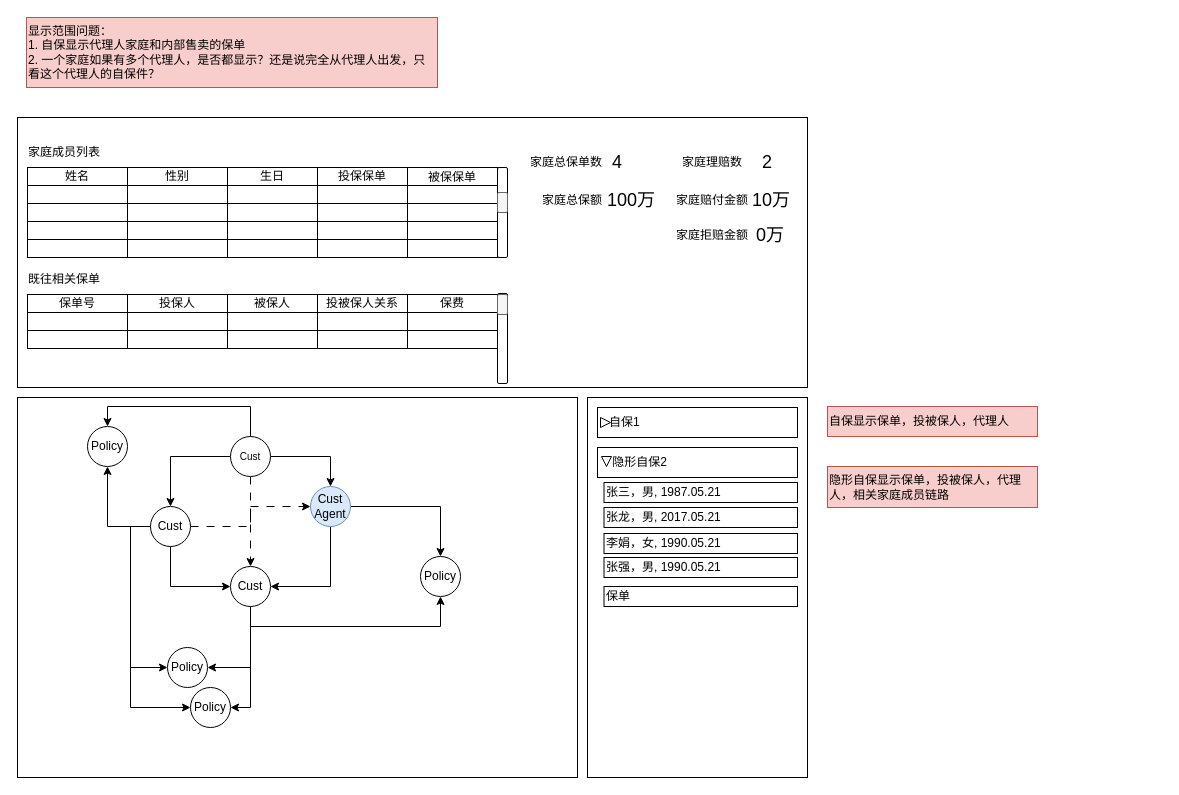
Above: page "紧密客群-自保" (6 of 8) of 友邦/ux.drawio in XiaoLiuAI/diagrams (draw.io), before the change. Source tidied: cells renumbered, new cells numbered last; positions are measured from the earlier drawing's top-left corner, leaving out a move shared by most shapes. Both pictures are drawn from the tidied source at 100%, with x=0, y=0 at pixel (17, 17).
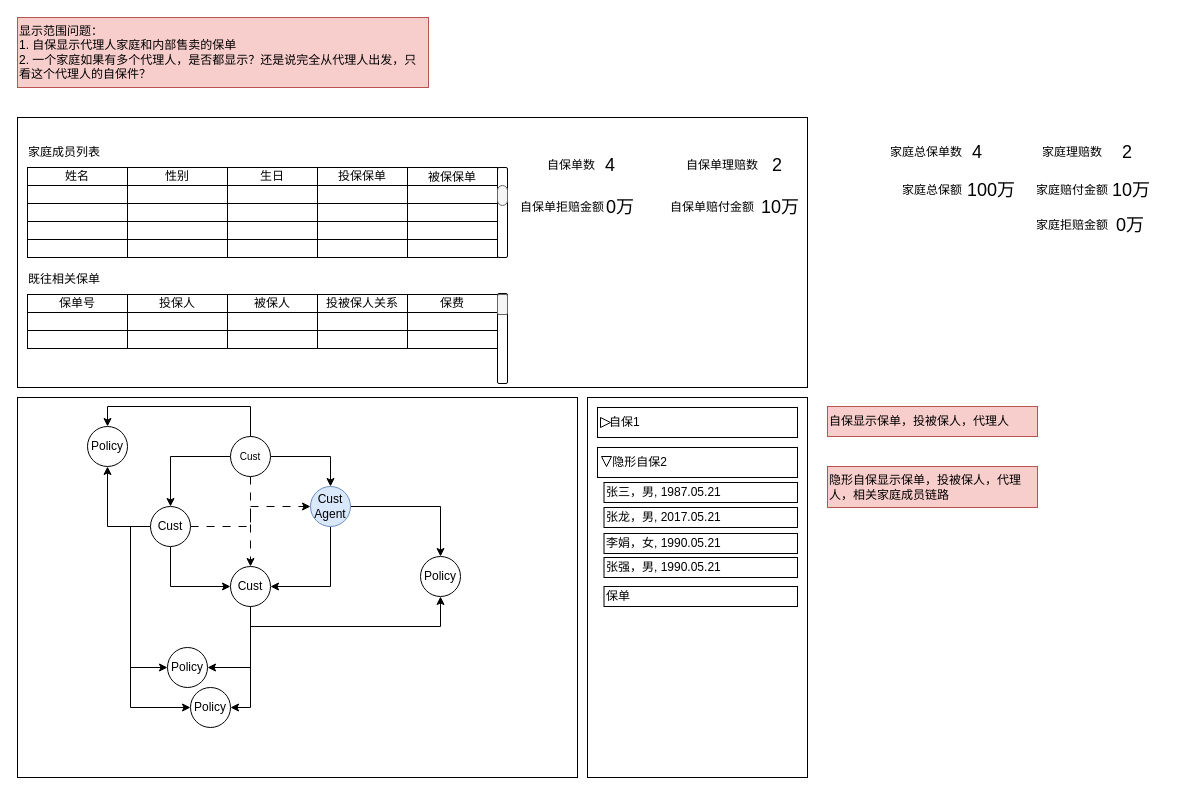
Above is the later version.

Change to the diagram source:
```diff
@@
     <mxCell id="75" value="家庭总保单数" style="text;html=1;strokeColor=none;fillColor=none;align=right;verticalAlign=middle;whiteSpace=wrap;rounded=0;" parent="1" vertex="1">
-      <mxGeometry x="496.5" y="130" width="90" height="30" as="geometry" />
+      <mxGeometry x="856.5" y="120" width="90" height="30" as="geometry" />
     </mxCell>
     <mxCell id="76" value="&lt;font style=&quot;font-size: 18px;&quot;&gt;4&lt;/font&gt;" style="text;html=1;strokeColor=none;fillColor=none;align=center;verticalAlign=middle;whiteSpace=wrap;rounded=0;" parent="1" vertex="1">
-      <mxGeometry x="570" y="130" width="60" height="30" as="geometry" />
+      <mxGeometry x="930" y="120" width="60" height="30" as="geometry" />
     </mxCell>
     <mxCell id="77" value="家庭总保额" style="text;html=1;strokeColor=none;fillColor=none;align=right;verticalAlign=middle;whiteSpace=wrap;rounded=0;" parent="1" vertex="1">
-      <mxGeometry x="496.5" y="168" width="90" height="30" as="geometry" />
+      <mxGeometry x="856.5" y="158" width="90" height="30" as="geometry" />
     </mxCell>
     <mxCell id="78" value="&lt;font style=&quot;font-size: 18px;&quot;&gt;100万&lt;/font&gt;" style="text;html=1;strokeColor=none;fillColor=none;align=center;verticalAlign=middle;whiteSpace=wrap;rounded=0;" parent="1" vertex="1">
-      <mxGeometry x="584" y="168" width="60" height="30" as="geometry" />
+      <mxGeometry x="944" y="158" width="60" height="30" as="geometry" />
     </mxCell>
     <mxCell id="79" value="家庭理赔数" style="text;html=1;strokeColor=none;fillColor=none;align=center;verticalAlign=middle;whiteSpace=wrap;rounded=0;" parent="1" vertex="1">
-      <mxGeometry x="650" y="130" width="90" height="30" as="geometry" />
+      <mxGeometry x="1010" y="120" width="90" height="30" as="geometry" />
     </mxCell>
     <mxCell id="80" value="&lt;font style=&quot;font-size: 18px;&quot;&gt;2&lt;/font&gt;" style="text;html=1;strokeColor=none;fillColor=none;align=center;verticalAlign=middle;whiteSpace=wrap;rounded=0;" parent="1" vertex="1">
-      <mxGeometry x="720" y="130" width="60" height="30" as="geometry" />
+      <mxGeometry x="1080" y="120" width="60" height="30" as="geometry" />
     </mxCell>
     <mxCell id="81" value="家庭赔付金额" style="text;html=1;strokeColor=none;fillColor=none;align=center;verticalAlign=middle;whiteSpace=wrap;rounded=0;" parent="1" vertex="1">
-      <mxGeometry x="650" y="168" width="90" height="30" as="geometry" />
+      <mxGeometry x="1010" y="158" width="90" height="30" as="geometry" />
     </mxCell>
     <mxCell id="82" value="&lt;font style=&quot;font-size: 18px;&quot;&gt;10万&lt;/font&gt;" style="text;html=1;strokeColor=none;fillColor=none;align=center;verticalAlign=middle;whiteSpace=wrap;rounded=0;" parent="1" vertex="1">
-      <mxGeometry x="724" y="168" width="60" height="30" as="geometry" />
+      <mxGeometry x="1084" y="158" width="60" height="30" as="geometry" />
     </mxCell>
     <mxCell id="83" value="家庭拒赔金额" style="text;html=1;strokeColor=none;fillColor=none;align=center;verticalAlign=middle;whiteSpace=wrap;rounded=0;" parent="1" vertex="1">
-      <mxGeometry x="650" y="203" width="90" height="30" as="geometry" />
+      <mxGeometry x="1010" y="193" width="90" height="30" as="geometry" />
     </mxCell>
     <mxCell id="84" value="&lt;font style=&quot;font-size: 18px;&quot;&gt;0万&lt;/font&gt;" style="text;html=1;strokeColor=none;fillColor=none;align=center;verticalAlign=middle;whiteSpace=wrap;rounded=0;" parent="1" vertex="1">
-      <mxGeometry x="723" y="203" width="60" height="30" as="geometry" />
+      <mxGeometry x="1083" y="193" width="60" height="30" as="geometry" />
     </mxCell>
@@
     <mxCell id="98" value="显示范围问题：&lt;br&gt;1. 自保显示代理人家庭和内部售卖的保单&lt;br&gt;2. 一个家庭如果有多个代理人，是否都显示？还是说完全从代理人出发，只看这个代理人的自保件？" style="text;html=1;strokeColor=#b85450;fillColor=#f8cecc;align=left;verticalAlign=middle;whiteSpace=wrap;rounded=0;" parent="1" vertex="1">
-      <mxGeometry x="9" width="411" height="70" as="geometry" />
+      <mxGeometry width="411" height="70" as="geometry" />
     </mxCell>
-    <mxCell id="99" style="rounded=1;whiteSpace=wrap;html=1;fillColor=#f5f5f5;fontColor=#333333;strokeColor=#666666;" parent="1" vertex="1">
-      <mxGeometry x="480" y="175" width="10" height="20" as="geometry" />
+    <mxCell id="99" style="rounded=1;whiteSpace=wrap;html=1;fillColor=#f5f5f5;fontColor=#333333;strokeColor=#666666;arcSize=50;" parent="1" vertex="1">
+      <mxGeometry x="480" y="168" width="10" height="20" as="geometry" />
     </mxCell>
@@
+    <mxCell id="103" value="自保单数" style="text;html=1;strokeColor=none;fillColor=none;align=right;verticalAlign=middle;whiteSpace=wrap;rounded=0;" parent="1" vertex="1">
+      <mxGeometry x="490" y="132.5" width="90" height="30" as="geometry" />
+    </mxCell>
+    <mxCell id="104" value="&lt;font style=&quot;font-size: 18px;&quot;&gt;4&lt;/font&gt;" style="text;html=1;strokeColor=none;fillColor=none;align=center;verticalAlign=middle;whiteSpace=wrap;rounded=0;" parent="1" vertex="1">
+      <mxGeometry x="562.5" y="132.5" width="60" height="30" as="geometry" />
+    </mxCell>
+    <mxCell id="105" value="自保单理赔数" style="text;html=1;strokeColor=none;fillColor=none;align=center;verticalAlign=middle;whiteSpace=wrap;rounded=0;" parent="1" vertex="1">
+      <mxGeometry x="660" y="132.5" width="90" height="30" as="geometry" />
+    </mxCell>
+    <mxCell id="106" value="&lt;font style=&quot;font-size: 18px;&quot;&gt;2&lt;/font&gt;" style="text;html=1;strokeColor=none;fillColor=none;align=center;verticalAlign=middle;whiteSpace=wrap;rounded=0;" parent="1" vertex="1">
+      <mxGeometry x="730" y="132.5" width="60" height="30" as="geometry" />
+    </mxCell>
+    <mxCell id="107" value="自保单赔付金额" style="text;html=1;strokeColor=none;fillColor=none;align=center;verticalAlign=middle;whiteSpace=wrap;rounded=0;" parent="1" vertex="1">
+      <mxGeometry x="649.5" y="175" width="90" height="30" as="geometry" />
+    </mxCell>
+    <mxCell id="108" value="&lt;font style=&quot;font-size: 18px;&quot;&gt;10万&lt;/font&gt;" style="text;html=1;strokeColor=none;fillColor=none;align=center;verticalAlign=middle;whiteSpace=wrap;rounded=0;" parent="1" vertex="1">
+      <mxGeometry x="732.5" y="175" width="60" height="30" as="geometry" />
+    </mxCell>
+    <mxCell id="109" value="自保单拒赔金额" style="text;html=1;strokeColor=none;fillColor=none;align=center;verticalAlign=middle;whiteSpace=wrap;rounded=0;" parent="1" vertex="1">
+      <mxGeometry x="500" y="175" width="90" height="30" as="geometry" />
+    </mxCell>
+    <mxCell id="110" value="&lt;font style=&quot;font-size: 18px;&quot;&gt;0万&lt;/font&gt;" style="text;html=1;strokeColor=none;fillColor=none;align=center;verticalAlign=middle;whiteSpace=wrap;rounded=0;" parent="1" vertex="1">
+      <mxGeometry x="573" y="175" width="60" height="30" as="geometry" />
+    </mxCell>
```
